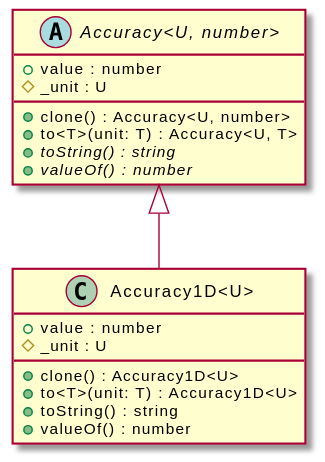
The PlantUML diagram assets/Accuracy1D-umlClassDiagram-6591.svg in OpenHPS/openhps-core, before a commit.
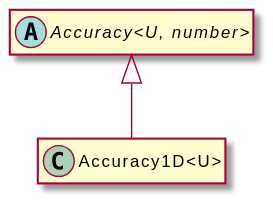
The same file after the commit.

Diff of the diagram source:
```diff
@@ -3,20 +3,8 @@
 hide empty methods
 hide empty fields
 class "Accuracy1D<U>" {
-    +value : number
-    #_unit : U
-    +clone() : Accuracy1D<U>
-    +to<T>(unit: T) : Accuracy1D<U>
-    +toString() : string
-    +valueOf() : number
 }
 abstract class "Accuracy<U, number>" {
-    +value : number
-    #_unit : U
-    +clone() : Accuracy<U, number>
-    +to<T>(unit: T) : Accuracy<U, T>
-    {abstract} +toString() : string
-    {abstract} +valueOf() : number
 }
 "Accuracy<U, number>" <|-- "Accuracy1D<U>"
 @enduml
```
